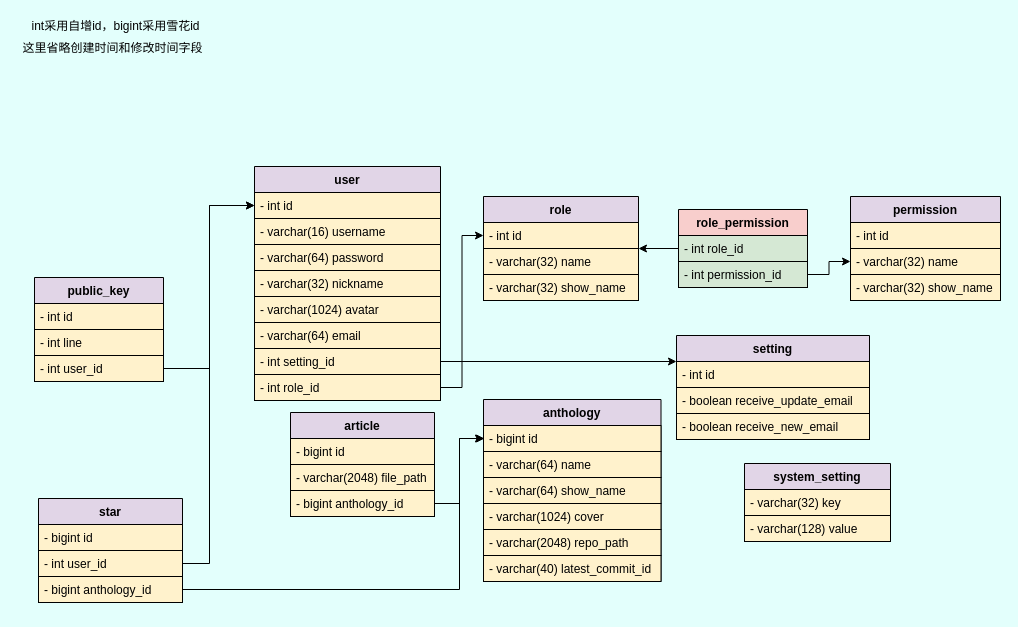
swsk33/git-document keeps this draw.io diagram as page "数据库" (2 of 3) of doc/后端类图.dio. Above is the earlier version. Source tidied: cells renumbered, new cells numbered last; positions are measured from the earlier drawing's top-left corner, leaving out a move shared by most shapes. Both pictures are drawn from the tidied source at 100%, with x=0, y=0 at pixel (17, 17).
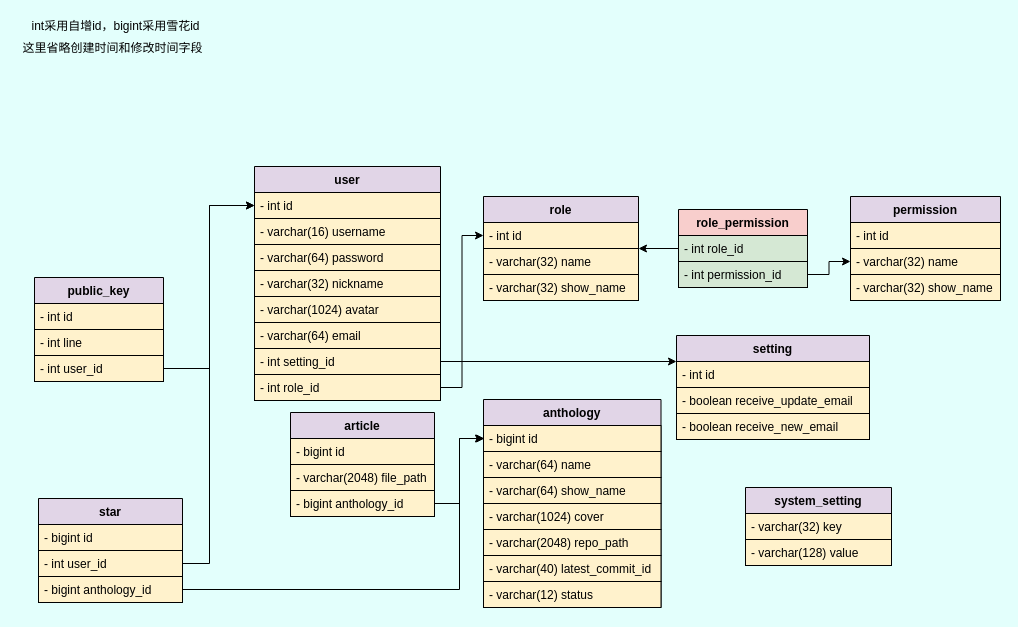
Above is the later version.

Change to the diagram source:
```diff
@@
     <mxCell id="32" value="anthology" style="swimlane;fontStyle=1;align=center;verticalAlign=top;horizontal=1;startSize=26;fillColor=#e1d5e7;strokeColor=#000000;fontColor=#000000;" parent="1" vertex="1">
-      <mxGeometry x="466" y="382" width="177.5" height="182" as="geometry" />
+      <mxGeometry x="466" y="382" width="177.5" height="208" as="geometry" />
     </mxCell>
@@
+    <mxCell id="58" value="- varchar(12) status" style="text;strokeColor=#000000;fillColor=#fff2cc;align=left;verticalAlign=top;spacingLeft=4;spacingRight=4;overflow=hidden;fontColor=#000000;" parent="32" vertex="1">
+      <mxGeometry y="182" width="177.5" height="26" as="geometry" />
+    </mxCell>
@@
     <mxCell id="55" value="system_setting" style="swimlane;fontStyle=1;align=center;verticalAlign=top;horizontal=1;startSize=26;fillColor=#e1d5e7;strokeColor=#000000;fontColor=#000000;" parent="1" vertex="1">
-      <mxGeometry x="727" y="446" width="146" height="78" as="geometry" />
+      <mxGeometry x="728" y="470" width="146" height="78" as="geometry" />
     </mxCell>
```
